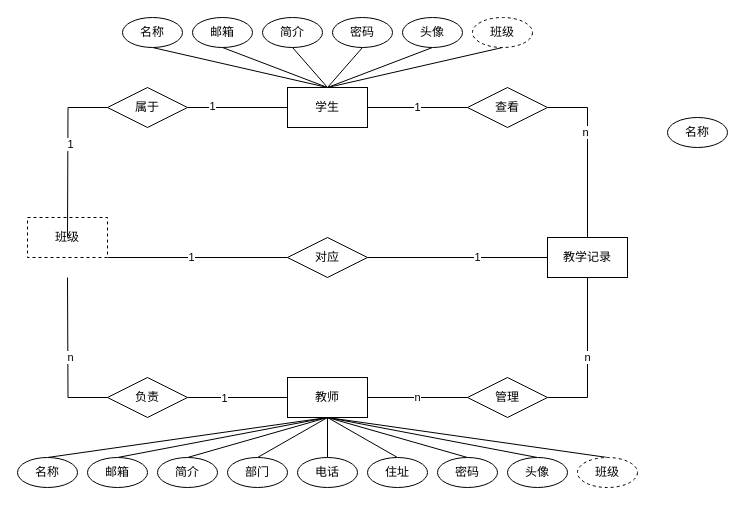
Earlier version of the draw.io diagram database.drawio (Ekko306/diagrams.net). Source tidied: cells renumbered, new cells numbered last; positions are measured from the earlier drawing's top-left corner, leaving out a move shared by most shapes. Both pictures are drawn from the tidied source at 100%, with x=0, y=0 at pixel (17, 17).
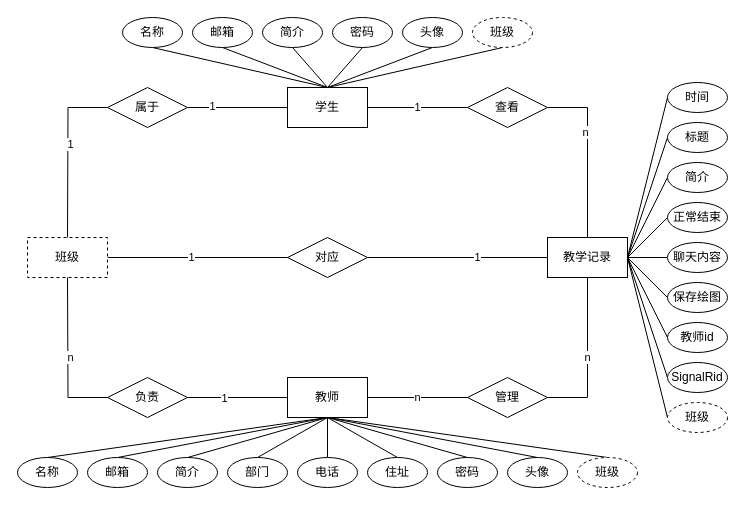
The same diagram, later.

The change refers to these unchanged cells:
```xml
<mxCell id="10" value="教学记录" style="rounded=0;whiteSpace=wrap;html=1;" parent="1" vertex="1">
  <mxGeometry x="530" y="220" width="80" height="40" as="geometry" />
</mxCell>
```

Diff of the diagram source:
```diff
@@
+    <mxCell id="59" style="edgeStyle=none;rounded=0;jettySize=auto;html=1;exitX=1;exitY=0.5;exitDx=0;exitDy=0;entryX=0;entryY=0.5;entryDx=0;entryDy=0;endArrow=none;endFill=0;" parent="1" edge="1" source="10" target="58">
+      <mxGeometry relative="1" as="geometry" />
+    </mxCell>
+    <mxCell id="60" style="edgeStyle=none;rounded=0;jettySize=auto;html=1;exitX=1;exitY=0.5;exitDx=0;exitDy=0;entryX=0;entryY=0.5;entryDx=0;entryDy=0;endArrow=none;endFill=0;" parent="1" edge="1" source="10" target="68">
+      <mxGeometry relative="1" as="geometry" />
+    </mxCell>
+    <mxCell id="61" style="edgeStyle=none;rounded=0;jettySize=auto;html=1;exitX=1;exitY=0.5;exitDx=0;exitDy=0;entryX=0;entryY=0.5;entryDx=0;entryDy=0;endArrow=none;endFill=0;" parent="1" edge="1" source="10" target="69">
+      <mxGeometry relative="1" as="geometry" />
+    </mxCell>
+    <mxCell id="62" style="edgeStyle=none;rounded=0;jettySize=auto;html=1;exitX=1;exitY=0.5;exitDx=0;exitDy=0;entryX=0;entryY=0.5;entryDx=0;entryDy=0;endArrow=none;endFill=0;" parent="1" edge="1" source="10" target="70">
+      <mxGeometry relative="1" as="geometry" />
+    </mxCell>
+    <mxCell id="63" style="edgeStyle=none;rounded=0;jettySize=auto;html=1;exitX=1;exitY=0.5;exitDx=0;exitDy=0;endArrow=none;endFill=0;" parent="1" edge="1" source="10" target="71">
+      <mxGeometry relative="1" as="geometry" />
+    </mxCell>
+    <mxCell id="64" style="edgeStyle=none;rounded=0;jettySize=auto;html=1;exitX=1;exitY=0.5;exitDx=0;exitDy=0;entryX=0;entryY=0.5;entryDx=0;entryDy=0;endArrow=none;endFill=0;" parent="1" edge="1" source="10" target="72">
+      <mxGeometry relative="1" as="geometry" />
+    </mxCell>
+    <mxCell id="65" style="edgeStyle=none;rounded=0;jettySize=auto;html=1;exitX=1;exitY=0.5;exitDx=0;exitDy=0;entryX=0;entryY=0.5;entryDx=0;entryDy=0;endArrow=none;endFill=0;" parent="1" edge="1" source="10" target="73">
+      <mxGeometry relative="1" as="geometry" />
+    </mxCell>
+    <mxCell id="66" style="edgeStyle=none;rounded=0;jettySize=auto;html=1;exitX=1;exitY=0.5;exitDx=0;exitDy=0;entryX=0;entryY=0.5;entryDx=0;entryDy=0;endArrow=none;endFill=0;" parent="1" edge="1" source="10" target="74">
+      <mxGeometry relative="1" as="geometry" />
+    </mxCell>
+    <mxCell id="67" style="edgeStyle=none;rounded=0;jettySize=auto;html=1;exitX=1;exitY=0.5;exitDx=0;exitDy=0;entryX=0;entryY=0.5;entryDx=0;entryDy=0;endArrow=none;endFill=0;" parent="1" edge="1" source="10" target="75">
+      <mxGeometry relative="1" as="geometry" />
+    </mxCell>
@@
     <mxCell id="13" value="班级" style="rounded=0;whiteSpace=wrap;html=1;dashed=1;" parent="1" vertex="1">
-      <mxGeometry x="10" y="200" width="80" height="40" as="geometry" />
+      <mxGeometry x="10" y="220" width="80" height="40" as="geometry" />
     </mxCell>
@@
-    <mxCell id="58" value="名称" style="ellipse;whiteSpace=wrap;html=1;" parent="1" vertex="1">
-      <mxGeometry x="650" y="100" width="60" height="30" as="geometry" />
+    <mxCell id="58" value="时间" style="ellipse;whiteSpace=wrap;html=1;" parent="1" vertex="1">
+      <mxGeometry x="650" y="65" width="60" height="30" as="geometry" />
     </mxCell>
+    <mxCell id="68" value="标题" style="ellipse;whiteSpace=wrap;html=1;" parent="1" vertex="1">
+      <mxGeometry x="650" y="105" width="60" height="30" as="geometry" />
+    </mxCell>
+    <mxCell id="69" value="简介" style="ellipse;whiteSpace=wrap;html=1;" parent="1" vertex="1">
+      <mxGeometry x="650" y="145" width="60" height="30" as="geometry" />
+    </mxCell>
+    <mxCell id="70" value="正常结束" style="ellipse;whiteSpace=wrap;html=1;" parent="1" vertex="1">
+      <mxGeometry x="650" y="185" width="60" height="30" as="geometry" />
+    </mxCell>
+    <mxCell id="71" value="聊天内容" style="ellipse;whiteSpace=wrap;html=1;" parent="1" vertex="1">
+      <mxGeometry x="650" y="225" width="60" height="30" as="geometry" />
+    </mxCell>
+    <mxCell id="72" value="保存绘图" style="ellipse;whiteSpace=wrap;html=1;" parent="1" vertex="1">
+      <mxGeometry x="650" y="265" width="60" height="30" as="geometry" />
+    </mxCell>
+    <mxCell id="73" value="教师id" style="ellipse;whiteSpace=wrap;html=1;" parent="1" vertex="1">
+      <mxGeometry x="650" y="305" width="60" height="30" as="geometry" />
+    </mxCell>
+    <mxCell id="74" value="SignalRid" style="ellipse;whiteSpace=wrap;html=1;" parent="1" vertex="1">
+      <mxGeometry x="650" y="345" width="60" height="30" as="geometry" />
+    </mxCell>
+    <mxCell id="75" value="班级" style="ellipse;whiteSpace=wrap;html=1;dashed=1;" parent="1" vertex="1">
+      <mxGeometry x="650" y="385" width="60" height="30" as="geometry" />
+    </mxCell>
+    <mxCell id="76" style="edgeStyle=none;rounded=0;orthogonalLoop=1;jettySize=auto;html=1;exitX=1;exitY=1;exitDx=0;exitDy=0;endArrow=none;endFill=0;" parent="1" edge="1" source="73" target="73">
+      <mxGeometry relative="1" as="geometry" />
+    </mxCell>
```
